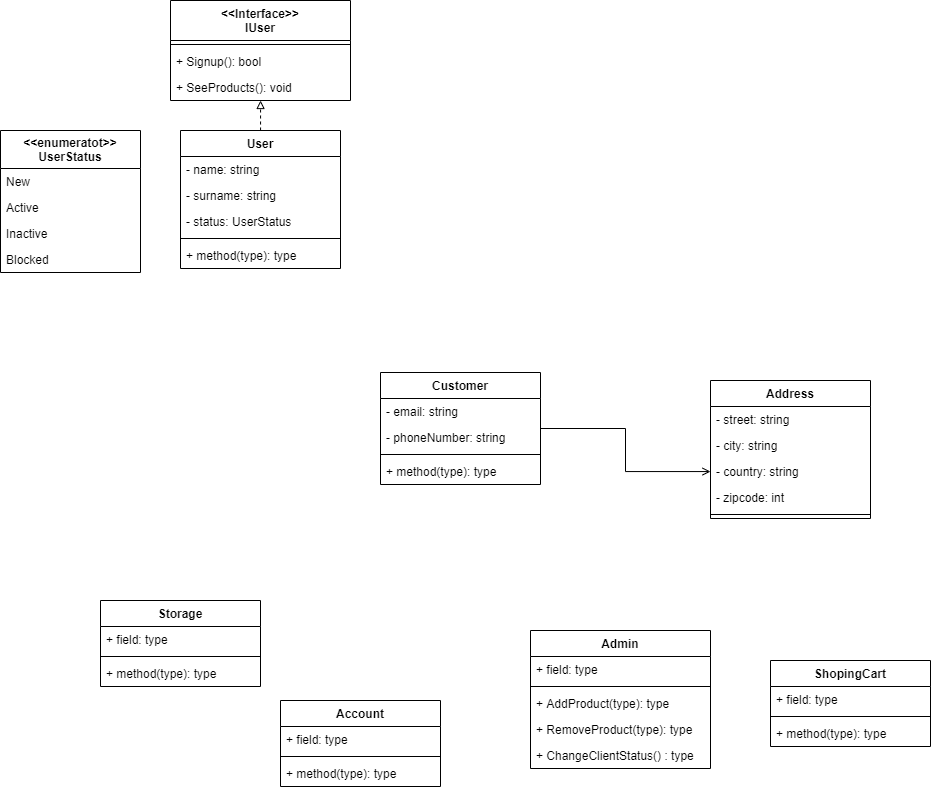
The draw.io diagram ShopConseptualUML.drawio.png in olh-msk/SigmaTask10, before a commit. Source tidied: cells renumbered, new cells last; positions are measured from the earlier drawing's top-left corner, leaving out a move shared by most shapes.
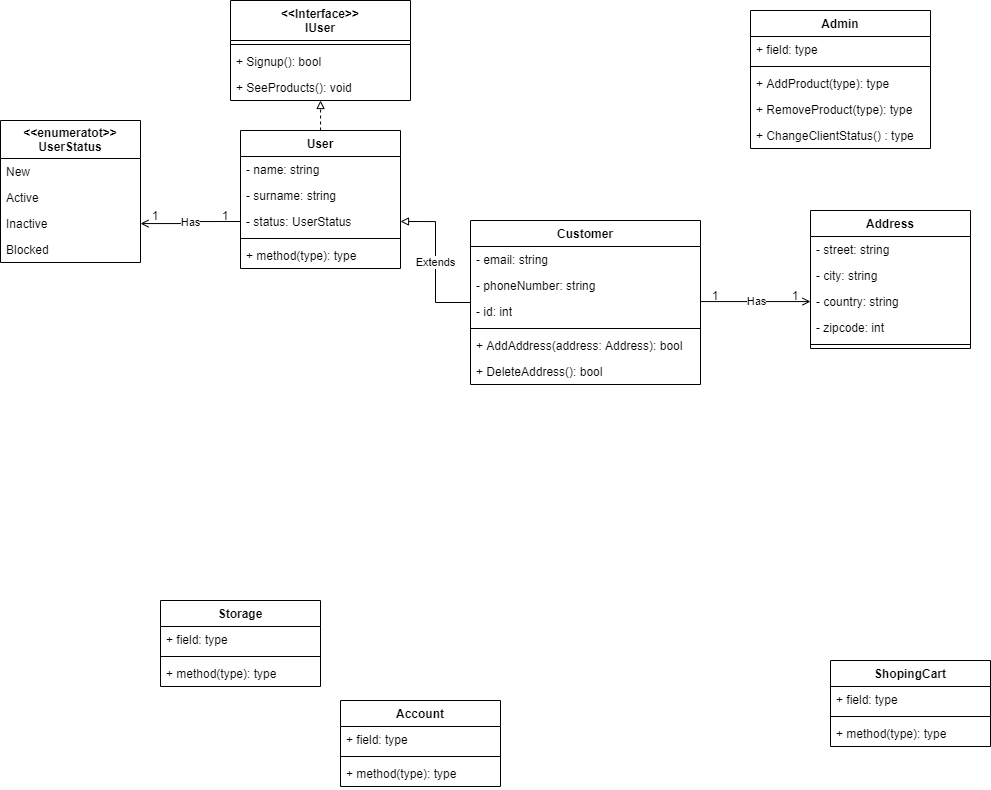
The same file after the commit.

Change to the diagram source:
```diff
@@ -27,7 +27,7 @@
       <mxGeometry y="60" width="160" height="26" as="geometry" />
     </mxCell>
     <mxCell id="10" value="Admin" style="swimlane;fontStyle=1;align=center;verticalAlign=top;horizontal=1;startSize=26;" parent="1" vertex="1">
-      <mxGeometry x="530" y="630" width="180" height="138" as="geometry" />
+      <mxGeometry x="690" y="10" width="180" height="138" as="geometry" />
     </mxCell>
     <mxCell id="11" value="+ field: type" style="text;strokeColor=none;fillColor=none;align=left;verticalAlign=top;spacingLeft=4;spacingRight=4;overflow=hidden;" parent="10" vertex="1">
       <mxGeometry y="26" width="180" height="26" as="geometry" />
@@ -52,6 +52,9 @@
         </Array>
       </mxGeometry>
     </mxCell>
+    <mxCell id="48" value="Has" style="edgeStyle=orthogonalEdgeStyle;rounded=0;jettySize=auto;html=1;endArrow=open;endFill=0;exitX=0;exitY=0.5;exitDx=0;exitDy=0;" parent="1" edge="1" source="20" target="46">
+      <mxGeometry relative="1" as="geometry" />
+    </mxCell>
     <mxCell id="17" value="User" style="swimlane;fontStyle=1;align=center;verticalAlign=top;horizontal=1;startSize=26;" parent="1" vertex="1">
       <mxGeometry x="180" y="130" width="160" height="138" as="geometry" />
     </mxCell>
@@ -71,7 +74,7 @@
       <mxGeometry y="112" width="160" height="26" as="geometry" />
     </mxCell>
     <mxCell id="23" value="Address" style="swimlane;fontStyle=1;align=center;verticalAlign=top;horizontal=1;startSize=26;" parent="1" vertex="1">
-      <mxGeometry x="710" y="380" width="160" height="138" as="geometry" />
+      <mxGeometry x="750" y="210" width="160" height="138" as="geometry" />
     </mxCell>
     <mxCell id="24" value="- street: string" style="text;strokeColor=none;fillColor=none;align=left;verticalAlign=top;spacingLeft=4;spacingRight=4;overflow=hidden;" parent="23" vertex="1">
       <mxGeometry y="26" width="160" height="26" as="geometry" />
@@ -100,24 +103,33 @@
     <mxCell id="32" value="+ method(type): type" style="text;strokeColor=none;fillColor=none;align=left;verticalAlign=top;spacingLeft=4;spacingRight=4;overflow=hidden;" parent="29" vertex="1">
       <mxGeometry y="60" width="160" height="26" as="geometry" />
     </mxCell>
-    <mxCell id="33" style="edgeStyle=orthogonalEdgeStyle;rounded=0;jettySize=auto;html=1;endArrow=open;endFill=0;" parent="1" edge="1" source="34" target="26">
+    <mxCell id="33" value="Has" style="edgeStyle=orthogonalEdgeStyle;rounded=0;jettySize=auto;html=1;endArrow=open;endFill=0;exitX=1.002;exitY=0.118;exitDx=0;exitDy=0;exitPerimeter=0;" parent="1" edge="1" source="50" target="26">
       <mxGeometry relative="1" as="geometry" />
     </mxCell>
+    <mxCell id="49" value="Extends" style="edgeStyle=orthogonalEdgeStyle;rounded=0;jettySize=auto;html=1;endArrow=block;endFill=0;entryX=1;entryY=0.5;entryDx=0;entryDy=0;" parent="1" edge="1" source="34" target="20">
+      <mxGeometry relative="1" as="geometry" />
+    </mxCell>
     <mxCell id="34" value="Customer" style="swimlane;fontStyle=1;align=center;verticalAlign=top;horizontal=1;startSize=26;" parent="1" vertex="1">
-      <mxGeometry x="380" y="372" width="160" height="112" as="geometry" />
+      <mxGeometry x="410" y="220" width="230" height="164" as="geometry" />
     </mxCell>
     <mxCell id="35" value="- email: string" style="text;strokeColor=none;fillColor=none;align=left;verticalAlign=top;spacingLeft=4;spacingRight=4;overflow=hidden;" parent="34" vertex="1">
-      <mxGeometry y="26" width="160" height="26" as="geometry" />
+      <mxGeometry y="26" width="230" height="26" as="geometry" />
     </mxCell>
     <mxCell id="36" value="- phoneNumber: string" style="text;strokeColor=none;fillColor=none;align=left;verticalAlign=top;spacingLeft=4;spacingRight=4;overflow=hidden;" parent="34" vertex="1">
-      <mxGeometry y="52" width="160" height="26" as="geometry" />
+      <mxGeometry y="52" width="230" height="26" as="geometry" />
     </mxCell>
+    <mxCell id="50" value="- id: int" style="text;strokeColor=none;fillColor=none;align=left;verticalAlign=top;spacingLeft=4;spacingRight=4;overflow=hidden;points=[[0,0.5],[1,0.5]];portConstraint=eastwest;" parent="34" vertex="1">
+      <mxGeometry y="78" width="230" height="26" as="geometry" />
+    </mxCell>
     <mxCell id="37" style="line;strokeWidth=1;fillColor=none;align=left;verticalAlign=middle;spacingTop=-1;spacingLeft=3;spacingRight=3;labelPosition=right;" parent="34" vertex="1">
-      <mxGeometry y="78" width="160" height="8" as="geometry" />
+      <mxGeometry y="104" width="230" height="8" as="geometry" />
     </mxCell>
-    <mxCell id="38" value="+ method(type): type" style="text;strokeColor=none;fillColor=none;align=left;verticalAlign=top;spacingLeft=4;spacingRight=4;overflow=hidden;" parent="34" vertex="1">
-      <mxGeometry y="86" width="160" height="26" as="geometry" />
+    <mxCell id="38" value="+ AddAddress(address: Address): bool" style="text;strokeColor=none;fillColor=none;align=left;verticalAlign=top;spacingLeft=4;spacingRight=4;overflow=hidden;" parent="34" vertex="1">
+      <mxGeometry y="112" width="230" height="26" as="geometry" />
     </mxCell>
+    <mxCell id="51" value="+ DeleteAddress(): bool" style="text;strokeColor=none;fillColor=none;align=left;verticalAlign=top;spacingLeft=4;spacingRight=4;overflow=hidden;" parent="34" vertex="1">
+      <mxGeometry y="138" width="230" height="26" as="geometry" />
+    </mxCell>
     <mxCell id="39" value="ShopingCart" style="swimlane;fontStyle=1;align=center;verticalAlign=top;horizontal=1;startSize=26;" parent="1" vertex="1">
       <mxGeometry x="770" y="660" width="160" height="86" as="geometry" />
     </mxCell>
@@ -131,7 +143,7 @@
       <mxGeometry y="60" width="160" height="26" as="geometry" />
     </mxCell>
     <mxCell id="43" value="&lt;&lt;enumeratot&gt;&gt;&#10;UserStatus" style="swimlane;fontStyle=1;horizontal=1;startSize=38;fillColor=none;" parent="1" vertex="1">
-      <mxGeometry y="130" width="140" height="142" as="geometry" />
+      <mxGeometry x="-60" y="120" width="140" height="142" as="geometry" />
     </mxCell>
     <mxCell id="44" value="New" style="text;strokeColor=none;fillColor=none;align=left;verticalAlign=top;spacingLeft=4;spacingRight=4;overflow=hidden;" parent="43" vertex="1">
       <mxGeometry y="38" width="140" height="26" as="geometry" />
@@ -145,5 +157,17 @@
     <mxCell id="47" value="Blocked" style="text;strokeColor=none;fillColor=none;align=left;verticalAlign=top;spacingLeft=4;spacingRight=4;overflow=hidden;" parent="43" vertex="1">
       <mxGeometry y="116" width="140" height="26" as="geometry" />
     </mxCell>
+    <mxCell id="52" value="1" style="text;html=1;strokeColor=none;fillColor=none;align=center;verticalAlign=middle;whiteSpace=wrap;rounded=0;" parent="1" vertex="1">
+      <mxGeometry x="150" y="210" width="30" height="10" as="geometry" />
+    </mxCell>
+    <mxCell id="53" value="1" style="text;html=1;strokeColor=none;fillColor=none;align=center;verticalAlign=middle;whiteSpace=wrap;rounded=0;" parent="1" vertex="1">
+      <mxGeometry x="80" y="202" width="30" height="26" as="geometry" />
+    </mxCell>
+    <mxCell id="54" value="1" style="text;html=1;strokeColor=none;fillColor=none;align=center;verticalAlign=middle;whiteSpace=wrap;rounded=0;" parent="1" vertex="1">
+      <mxGeometry x="640" y="290" width="30" height="10" as="geometry" />
+    </mxCell>
+    <mxCell id="55" value="1" style="text;html=1;strokeColor=none;fillColor=none;align=center;verticalAlign=middle;whiteSpace=wrap;rounded=0;" parent="1" vertex="1">
+      <mxGeometry x="720" y="290" width="30" height="10" as="geometry" />
+    </mxCell>
   </root>
 </mxGraphModel>
```
